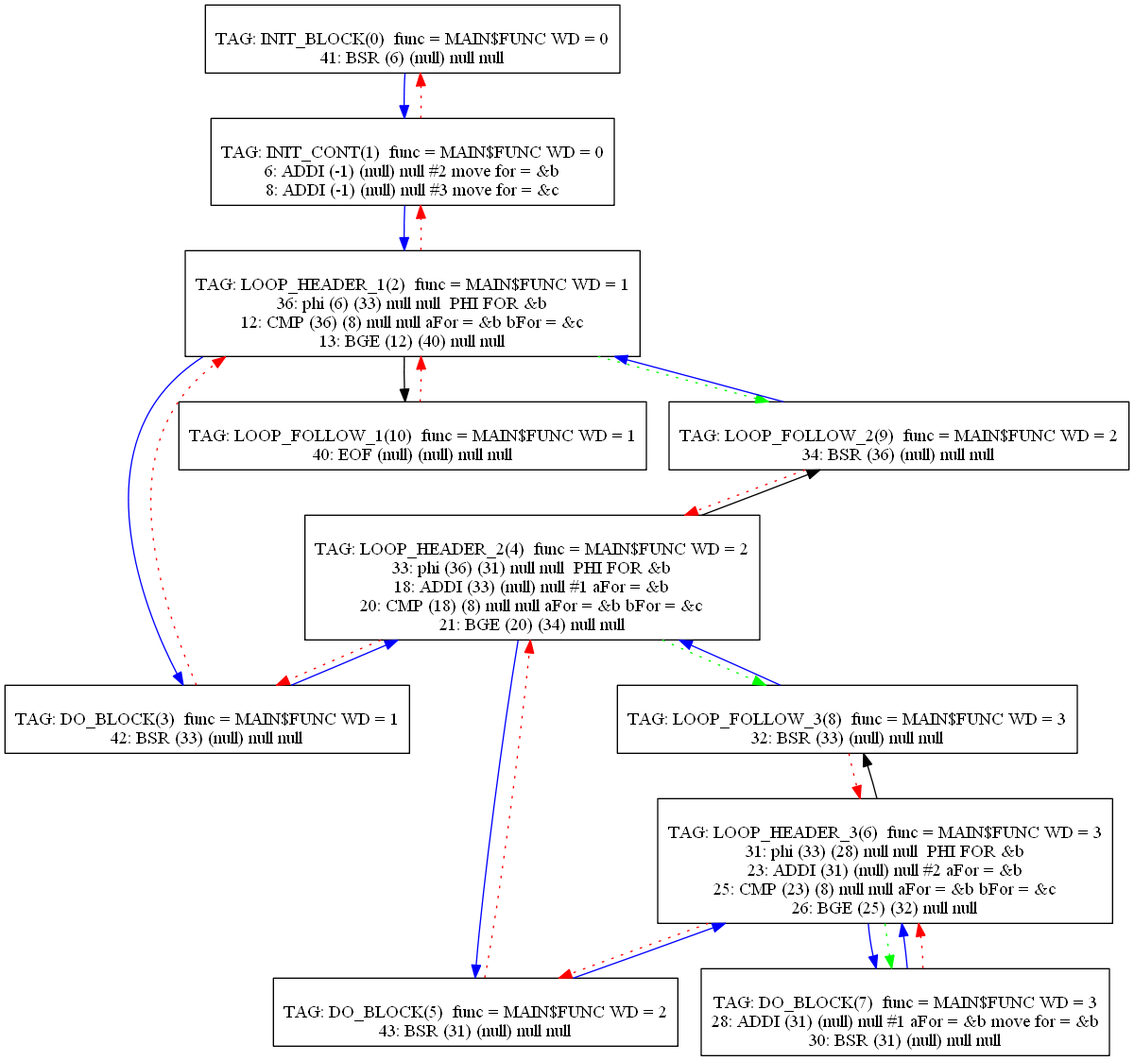
The Graphviz diagram Compiler/22graph.png in mbajaj92/Project-Astoria, before a commit. Its source is kept beside it as Compiler/22graph.dot.
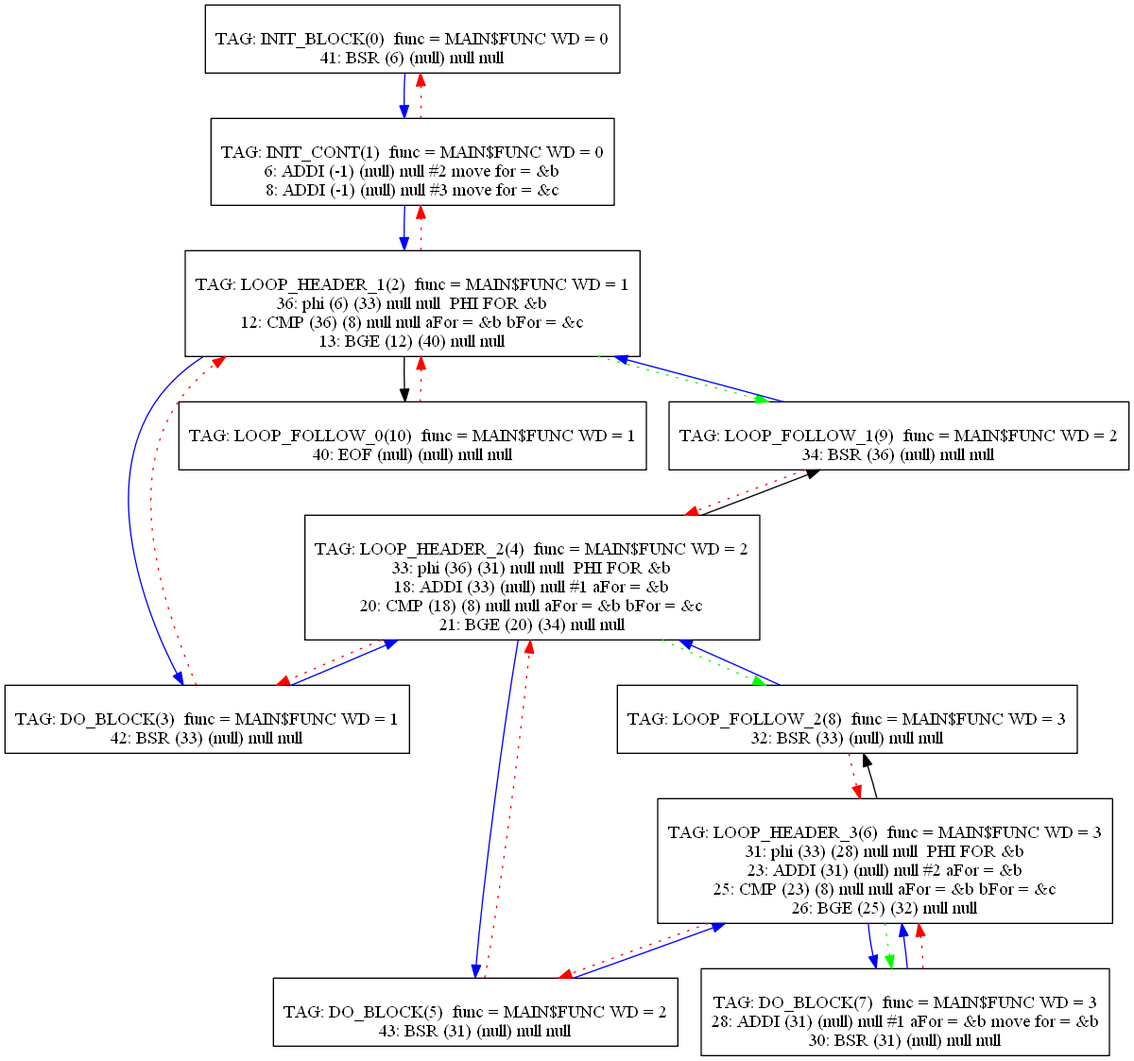
Above is the later version.

What changed in the source:
```diff
@@ -71,21 +71,21 @@
 7 -> 6[color=blue]
 7 -> 6[color=red][style=dotted]
 8[label="
-TAG: LOOP_FOLLOW_3(8)  func = MAIN$FUNC WD = 3
+TAG: LOOP_FOLLOW_2(8)  func = MAIN$FUNC WD = 3
 32: BSR (33) (null) null null
 "];
 8[shape=box];
 8 -> 4[color=blue]
 8 -> 6[color=red][style=dotted]
 9[label="
-TAG: LOOP_FOLLOW_2(9)  func = MAIN$FUNC WD = 2
+TAG: LOOP_FOLLOW_1(9)  func = MAIN$FUNC WD = 2
 34: BSR (36) (null) null null
 "];
 9[shape=box];
 9 -> 2[color=blue]
 9 -> 4[color=red][style=dotted]
 10[label="
-TAG: LOOP_FOLLOW_1(10)  func = MAIN$FUNC WD = 1
+TAG: LOOP_FOLLOW_0(10)  func = MAIN$FUNC WD = 1
 40: EOF (null) (null) null null
 "];
 10[shape=box];
```
